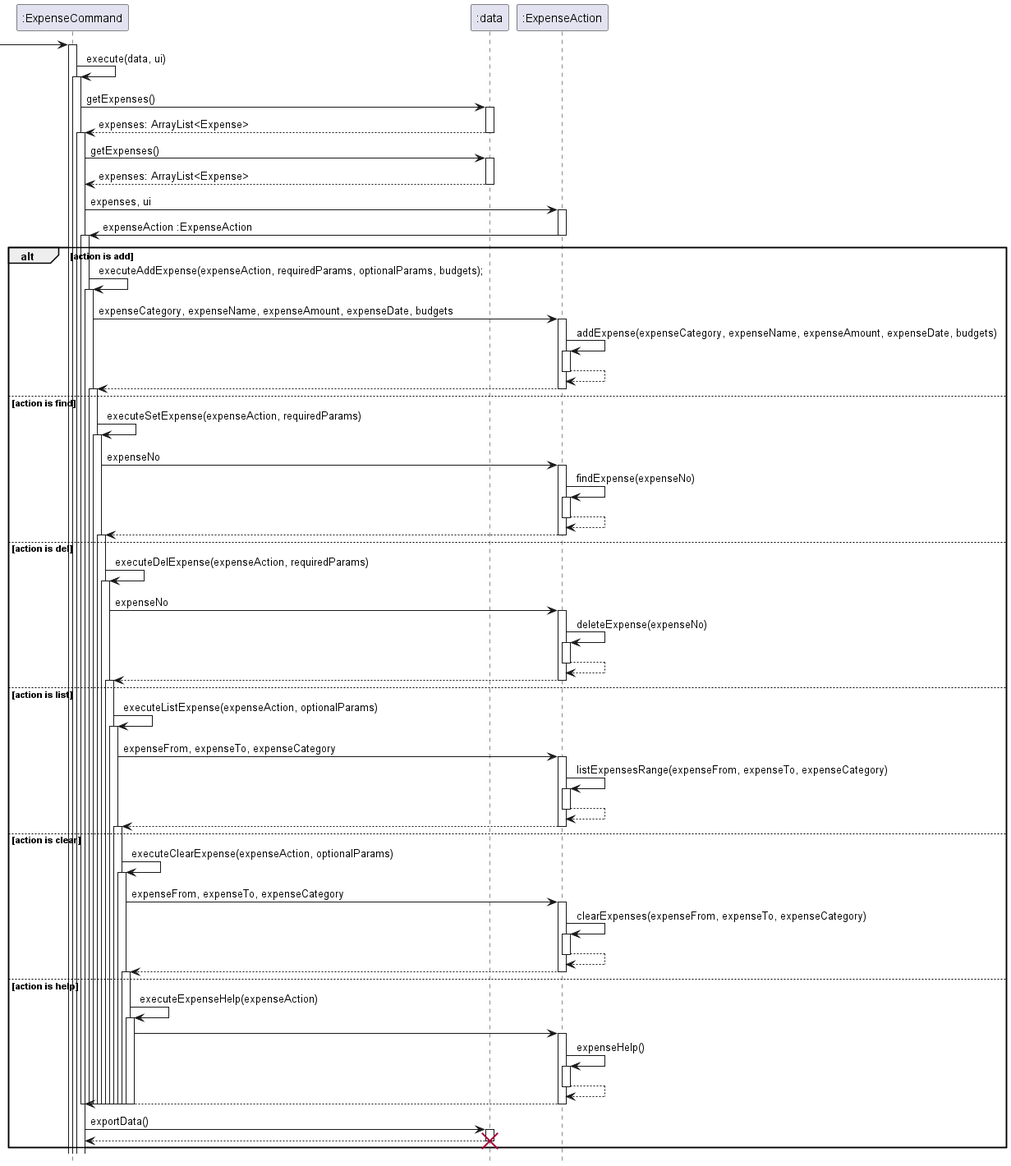
Before: docs/images/ExpenseCommandSequence.png, a diagram exported from PlantUML (stephenkyang/tp). The source it was exported from:
```plantuml
@startuml

hide footbox

 -> ":ExpenseCommand":

activate ":ExpenseCommand"
":ExpenseCommand" -> ":ExpenseCommand": execute(data, ui)
activate  ":ExpenseCommand"
":ExpenseCommand" -> ":data": getExpenses()
activate ":data"
return expenses: ArrayList<Expense>
deactivate ":data"

activate  ":ExpenseCommand"
":ExpenseCommand" -> ":data": getExpenses()
activate ":data"
return expenses: ArrayList<Expense>



":ExpenseCommand" -> ":ExpenseAction" : expenses, ui
activate ":ExpenseAction"
":ExpenseAction" -> ":ExpenseCommand" : expenseAction :ExpenseAction
deactivate ":ExpenseAction"


alt action is add
activate  ":ExpenseCommand"
":ExpenseCommand" -> ":ExpenseCommand": executeAddExpense(expenseAction, requiredParams, optionalParams, budgets);
activate ":ExpenseCommand"

":ExpenseCommand" -> ":ExpenseAction" : expenseCategory, expenseName, expenseAmount, expenseDate, budgets
activate ":ExpenseAction"
":ExpenseAction" -> ":ExpenseAction" : addExpense(expenseCategory, expenseName, expenseAmount, expenseDate, budgets)
activate ":ExpenseAction"
return
return


else action is find
activate  ":ExpenseCommand"
":ExpenseCommand" -> ":ExpenseCommand": executeSetExpense(expenseAction, requiredParams)
activate ":ExpenseCommand"
":ExpenseCommand" -> ":ExpenseAction" : expenseNo
activate ":ExpenseAction"
":ExpenseAction" -> ":ExpenseAction" : findExpense(expenseNo)
activate ":ExpenseAction"
return
return


else action is del
activate  ":ExpenseCommand"
":ExpenseCommand" -> ":ExpenseCommand": executeDelExpense(expenseAction, requiredParams)
activate ":ExpenseCommand"
":ExpenseCommand" -> ":ExpenseAction" : expenseNo
activate ":ExpenseAction"
":ExpenseAction" -> ":ExpenseAction" : deleteExpense(expenseNo)
activate ":ExpenseAction"
return
return

else action is list
activate  ":ExpenseCommand"
":ExpenseCommand" -> ":ExpenseCommand": executeListExpense(expenseAction, optionalParams)
activate ":ExpenseCommand"

":ExpenseCommand" -> ":ExpenseAction" : expenseFrom, expenseTo, expenseCategory
activate ":ExpenseAction"
":ExpenseAction" -> ":ExpenseAction" : listExpensesRange(expenseFrom, expenseTo, expenseCategory)
activate ":ExpenseAction"
return
return


else action is clear
activate  ":ExpenseCommand"
":ExpenseCommand" -> ":ExpenseCommand": executeClearExpense(expenseAction, optionalParams)
activate ":ExpenseCommand"
":ExpenseCommand" -> ":ExpenseAction" : expenseFrom, expenseTo, expenseCategory
activate ":ExpenseAction"
":ExpenseAction" -> ":ExpenseAction" : clearExpenses(expenseFrom, expenseTo, expenseCategory)
activate ":ExpenseAction"
return
return


else action is help
activate  ":ExpenseCommand"
":ExpenseCommand" -> ":ExpenseCommand": executeExpenseHelp(expenseAction)
activate ":ExpenseCommand"
":ExpenseCommand" -> ":ExpenseAction"
activate ":ExpenseAction"
":ExpenseAction" -> ":ExpenseAction" : expenseHelp()
activate ":ExpenseAction"
return
return


deactivate ":ExpenseCommand"
deactivate ":ExpenseCommand"
deactivate ":ExpenseCommand"
deactivate ":ExpenseCommand"
deactivate ":ExpenseCommand"
deactivate ":ExpenseCommand"
deactivate ":ExpenseCommand"
deactivate ":ExpenseCommand"
deactivate ":ExpenseCommand"
deactivate ":ExpenseCommand"
deactivate ":ExpenseCommand"
deactivate ":ExpenseCommand"


":ExpenseCommand" -> ":data": exportData()
activate ":data"
return

deactivate ":data"
destroy ":data"


end



@enduml
```
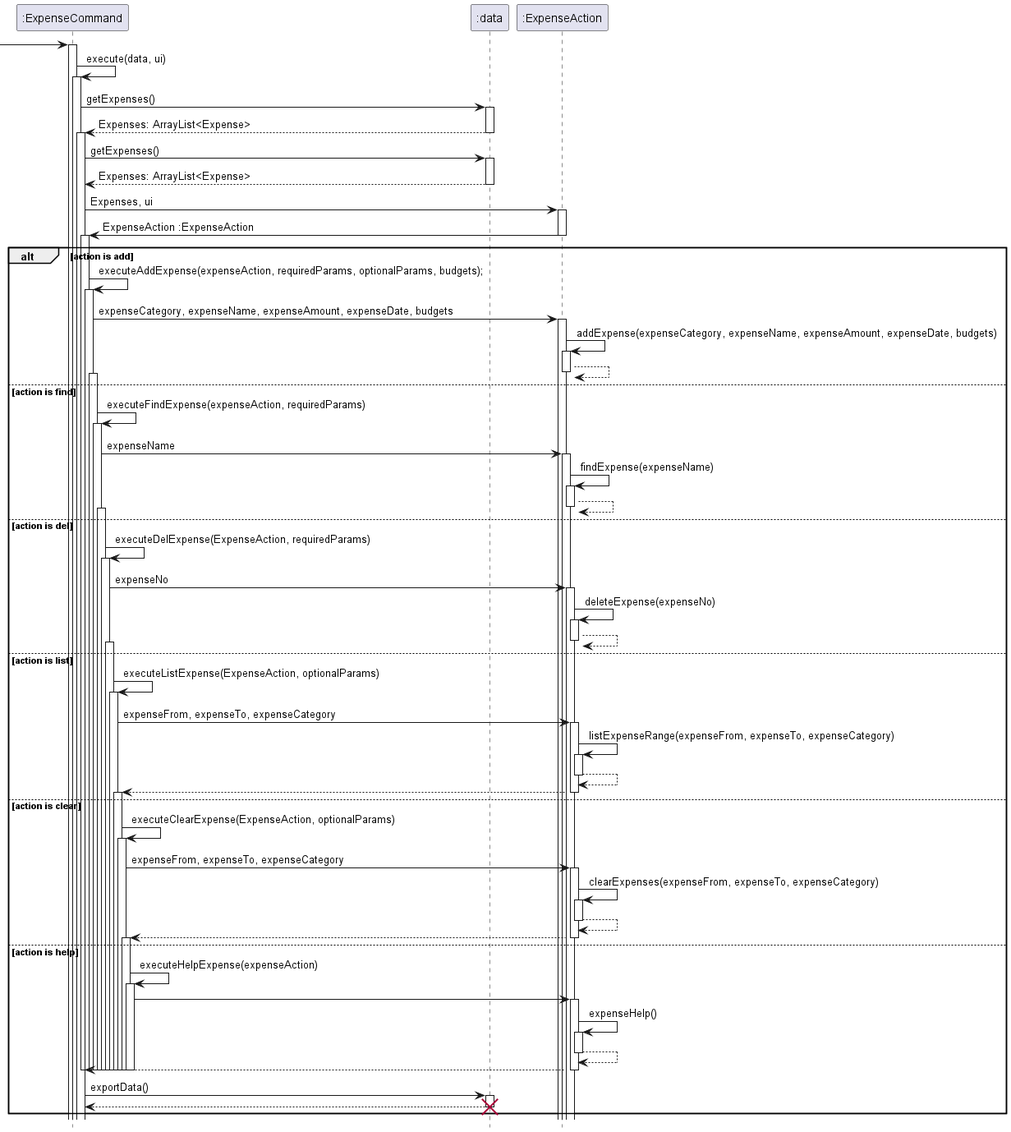
After the change.

Change to the diagram source:
```diff
@@ -9,19 +9,19 @@
 activate  ":ExpenseCommand"
 ":ExpenseCommand" -> ":data": getExpenses()
 activate ":data"
-return expenses: ArrayList<Expense>
+return Expenses: ArrayList<Expense>
 deactivate ":data"
 
 activate  ":ExpenseCommand"
 ":ExpenseCommand" -> ":data": getExpenses()
 activate ":data"
-return expenses: ArrayList<Expense>
+return Expenses: ArrayList<Expense>
 
 
 
-":ExpenseCommand" -> ":ExpenseAction" : expenses, ui
+":ExpenseCommand" -> ":ExpenseAction" : Expenses, ui
 activate ":ExpenseAction"
-":ExpenseAction" -> ":ExpenseCommand" : expenseAction :ExpenseAction
+":ExpenseAction" -> ":ExpenseCommand" : ExpenseAction :ExpenseAction
 deactivate ":ExpenseAction"
 
 
@@ -35,40 +35,36 @@
 ":ExpenseAction" -> ":ExpenseAction" : addExpense(expenseCategory, expenseName, expenseAmount, expenseDate, budgets)
 activate ":ExpenseAction"
 return
-return
 
 
 else action is find
 activate  ":ExpenseCommand"
-":ExpenseCommand" -> ":ExpenseCommand": executeSetExpense(expenseAction, requiredParams)
+":ExpenseCommand" -> ":ExpenseCommand": executeFindExpense(expenseAction, requiredParams)
 activate ":ExpenseCommand"
-":ExpenseCommand" -> ":ExpenseAction" : expenseNo
+":ExpenseCommand" -> ":ExpenseAction" : expenseName
 activate ":ExpenseAction"
-":ExpenseAction" -> ":ExpenseAction" : findExpense(expenseNo)
+":ExpenseAction" -> ":ExpenseAction" : findExpense(expenseName)
 activate ":ExpenseAction"
-return
 return
 
 
 else action is del
 activate  ":ExpenseCommand"
-":ExpenseCommand" -> ":ExpenseCommand": executeDelExpense(expenseAction, requiredParams)
+":ExpenseCommand" -> ":ExpenseCommand": executeDelExpense(ExpenseAction, requiredParams)
 activate ":ExpenseCommand"
 ":ExpenseCommand" -> ":ExpenseAction" : expenseNo
 activate ":ExpenseAction"
 ":ExpenseAction" -> ":ExpenseAction" : deleteExpense(expenseNo)
 activate ":ExpenseAction"
 return
-return
 
 else action is list
 activate  ":ExpenseCommand"
-":ExpenseCommand" -> ":ExpenseCommand": executeListExpense(expenseAction, optionalParams)
+":ExpenseCommand" -> ":ExpenseCommand": executeListExpense(ExpenseAction, optionalParams)
 activate ":ExpenseCommand"
-
 ":ExpenseCommand" -> ":ExpenseAction" : expenseFrom, expenseTo, expenseCategory
 activate ":ExpenseAction"
-":ExpenseAction" -> ":ExpenseAction" : listExpensesRange(expenseFrom, expenseTo, expenseCategory)
+":ExpenseAction" -> ":ExpenseAction" : listExpenseRange(expenseFrom, expenseTo, expenseCategory)
 activate ":ExpenseAction"
 return
 return
@@ -76,7 +72,7 @@
 
 else action is clear
 activate  ":ExpenseCommand"
-":ExpenseCommand" -> ":ExpenseCommand": executeClearExpense(expenseAction, optionalParams)
+":ExpenseCommand" -> ":ExpenseCommand": executeClearExpense(ExpenseAction, optionalParams)
 activate ":ExpenseCommand"
 ":ExpenseCommand" -> ":ExpenseAction" : expenseFrom, expenseTo, expenseCategory
 activate ":ExpenseAction"
@@ -88,7 +84,7 @@
 
 else action is help
 activate  ":ExpenseCommand"
-":ExpenseCommand" -> ":ExpenseCommand": executeExpenseHelp(expenseAction)
+":ExpenseCommand" -> ":ExpenseCommand": executeHelpExpense(expenseAction)
 activate ":ExpenseCommand"
 ":ExpenseCommand" -> ":ExpenseAction"
 activate ":ExpenseAction"
```
